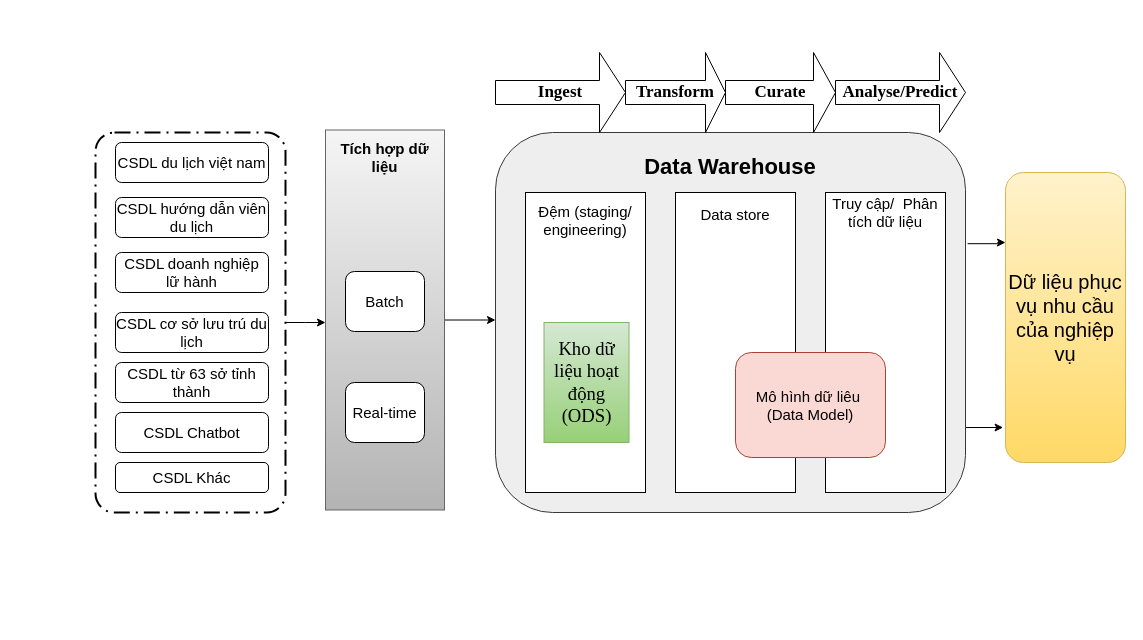
The draw.io diagram page "Page-3" (3 of 3) of so-do-draw/tcdl.drawio in letheanh12345/Draw-io, before the edit. Source tidied: cells renumbered, new cells numbered last; positions are measured from the earlier drawing's top-left corner, leaving out a move shared by most shapes. Both pictures are drawn from the tidied source at 100%, with x=0, y=0 at pixel (95, 52).
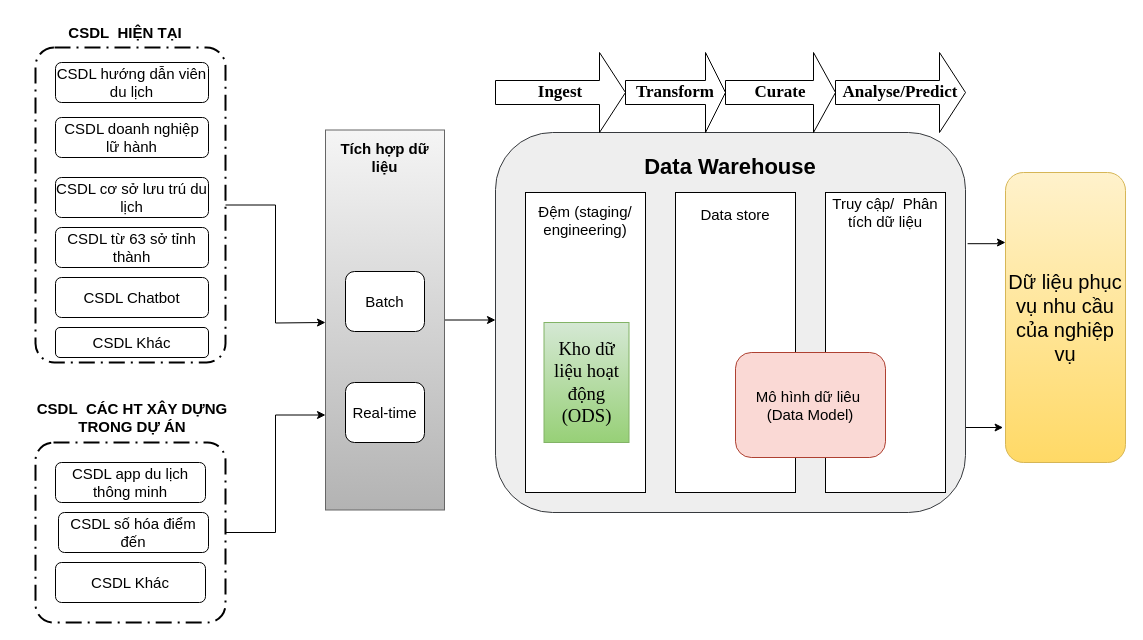
Above is the later version.

The change refers to these unchanged cells:
```xml
<mxCell id="13" style="rounded=0;whiteSpace=wrap;html=1;fontSize=15;fillColor=#f5f5f5;gradientColor=#b3b3b3;strokeColor=#666666;" parent="1" vertex="1">
  <mxGeometry x="230" y="77.5" width="119" height="380" as="geometry" />
</mxCell>
```

Change to the diagram source:
```diff
@@
     <mxCell id="3" style="points=[[0.25,0,0],[0.5,0,0],[0.75,0,0],[1,0.25,0],[1,0.5,0],[1,0.75,0],[0.75,1,0],[0.5,1,0],[0.25,1,0],[0,0.75,0],[0,0.5,0],[0,0.25,0]];rounded=1;arcSize=10;dashed=1;strokeColor=#000000;fillColor=none;gradientColor=none;dashPattern=8 3 1 3;strokeWidth=2;fontStyle=1;fontSize=20;" parent="1" vertex="1">
-      <mxGeometry y="80" width="190" height="380" as="geometry" />
+      <mxGeometry x="-60" y="-5" width="190" height="315" as="geometry" />
     </mxCell>
@@
-    <mxCell id="25" value="&lt;font style=&quot;font-size: 15px;&quot;&gt;CSDL du lịch việt nam&lt;/font&gt;" style="rounded=1;whiteSpace=wrap;html=1;" parent="1" vertex="1">
-      <mxGeometry x="20" y="90" width="153" height="40" as="geometry" />
-    </mxCell>
     <mxCell id="26" value="&lt;font style=&quot;font-size: 15px;&quot;&gt;CSDL hướng dẫn viên du lịch&lt;/font&gt;" style="rounded=1;whiteSpace=wrap;html=1;" parent="1" vertex="1">
-      <mxGeometry x="20" y="145" width="153" height="40" as="geometry" />
+      <mxGeometry x="-40" y="10" width="153" height="40" as="geometry" />
     </mxCell>
     <mxCell id="27" value="&lt;font style=&quot;font-size: 15px;&quot;&gt;CSDL doanh nghiệp lữ hành&lt;/font&gt;" style="rounded=1;whiteSpace=wrap;html=1;" parent="1" vertex="1">
-      <mxGeometry x="20" y="200" width="153" height="40" as="geometry" />
+      <mxGeometry x="-40" y="65" width="153" height="40" as="geometry" />
     </mxCell>
     <mxCell id="28" value="&lt;font style=&quot;font-size: 15px;&quot;&gt;CSDL Khác&lt;/font&gt;" style="rounded=1;whiteSpace=wrap;html=1;" parent="1" vertex="1">
-      <mxGeometry x="20" y="410" width="153" height="30" as="geometry" />
+      <mxGeometry x="-40" y="275" width="153" height="30" as="geometry" />
     </mxCell>
     <mxCell id="29" value="&lt;font style=&quot;font-size: 15px;&quot;&gt;CSDL cơ sở lưu trú du lịch&lt;/font&gt;" style="rounded=1;whiteSpace=wrap;html=1;" parent="1" vertex="1">
-      <mxGeometry x="20" y="260" width="153" height="40" as="geometry" />
+      <mxGeometry x="-40" y="125" width="153" height="40" as="geometry" />
     </mxCell>
     <mxCell id="30" value="&lt;font style=&quot;font-size: 15px;&quot;&gt;CSDL Chatbot&lt;/font&gt;" style="rounded=1;whiteSpace=wrap;html=1;" parent="1" vertex="1">
-      <mxGeometry x="20" y="360" width="153" height="40" as="geometry" />
+      <mxGeometry x="-40" y="225" width="153" height="40" as="geometry" />
     </mxCell>
     <mxCell id="31" value="&lt;font style=&quot;font-size: 15px;&quot;&gt;CSDL từ 63 sở tỉnh thành&lt;/font&gt;" style="rounded=1;whiteSpace=wrap;html=1;" parent="1" vertex="1">
-      <mxGeometry x="20" y="310" width="153" height="40" as="geometry" />
+      <mxGeometry x="-40" y="175" width="153" height="40" as="geometry" />
     </mxCell>
@@
+    <mxCell id="33" style="edgeStyle=orthogonalEdgeStyle;rounded=0;jettySize=auto;html=1;entryX=0;entryY=0.75;entryDx=0;entryDy=0;fontSize=15;" parent="1" edge="1" source="34" target="13">
+      <mxGeometry relative="1" as="geometry" />
+    </mxCell>
+    <mxCell id="34" style="points=[[0.25,0,0],[0.5,0,0],[0.75,0,0],[1,0.25,0],[1,0.5,0],[1,0.75,0],[0.75,1,0],[0.5,1,0],[0.25,1,0],[0,0.75,0],[0,0.5,0],[0,0.25,0]];rounded=1;arcSize=10;dashed=1;strokeColor=#000000;fillColor=none;gradientColor=none;dashPattern=8 3 1 3;strokeWidth=2;fontStyle=1;fontSize=20;" parent="1" vertex="1">
+      <mxGeometry x="-60" y="390" width="190" height="180" as="geometry" />
+    </mxCell>
+    <mxCell id="35" value="&lt;b&gt;&lt;font style=&quot;font-size: 15px;&quot;&gt;CSDL&amp;nbsp; HIỆN TẠI&lt;/font&gt;&lt;/b&gt;" style="text;html=1;strokeColor=none;fillColor=none;align=center;verticalAlign=middle;whiteSpace=wrap;rounded=0;" parent="1" vertex="1">
+      <mxGeometry x="-30" y="-35" width="120" height="30" as="geometry" />
+    </mxCell>
+    <mxCell id="36" value="&lt;b&gt;&lt;font style=&quot;font-size: 15px;&quot;&gt;CSDL&amp;nbsp; CÁC HT XÂY DỰNG TRONG DỰ ÁN&lt;/font&gt;&lt;/b&gt;" style="text;html=1;strokeColor=none;fillColor=none;align=center;verticalAlign=middle;whiteSpace=wrap;rounded=0;" parent="1" vertex="1">
+      <mxGeometry x="-78.5" y="350" width="230" height="30" as="geometry" />
+    </mxCell>
+    <mxCell id="37" value="CSDL app du lịch thông minh" style="rounded=1;whiteSpace=wrap;html=1;fontSize=15;" parent="1" vertex="1">
+      <mxGeometry x="-40" y="410" width="150" height="40" as="geometry" />
+    </mxCell>
+    <mxCell id="38" value="CSDL số hóa điểm đến" style="rounded=1;whiteSpace=wrap;html=1;fontSize=15;" parent="1" vertex="1">
+      <mxGeometry x="-37" y="460" width="150" height="40" as="geometry" />
+    </mxCell>
+    <mxCell id="39" value="CSDL Khác" style="rounded=1;whiteSpace=wrap;html=1;fontSize=15;" parent="1" vertex="1">
+      <mxGeometry x="-40" y="510" width="150" height="40" as="geometry" />
+    </mxCell>
```
